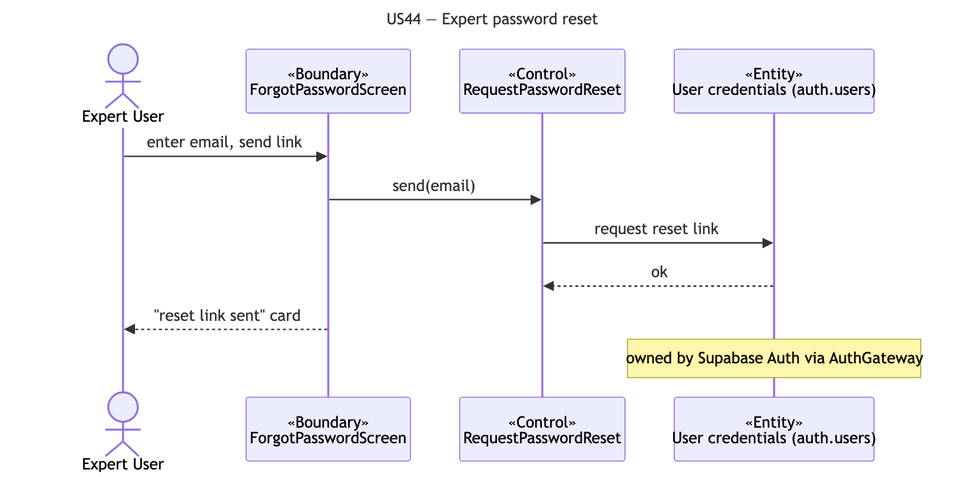
cyuanjun/FYP-26-S2-37-app keeps this Mermaid diagram as docs/deliverables/sequence-diagrams/US44-expert-reset.png. Above is the earlier version. Its source is kept beside it as docs/deliverables/sequence-diagrams/src/US44-expert-reset.mmd.
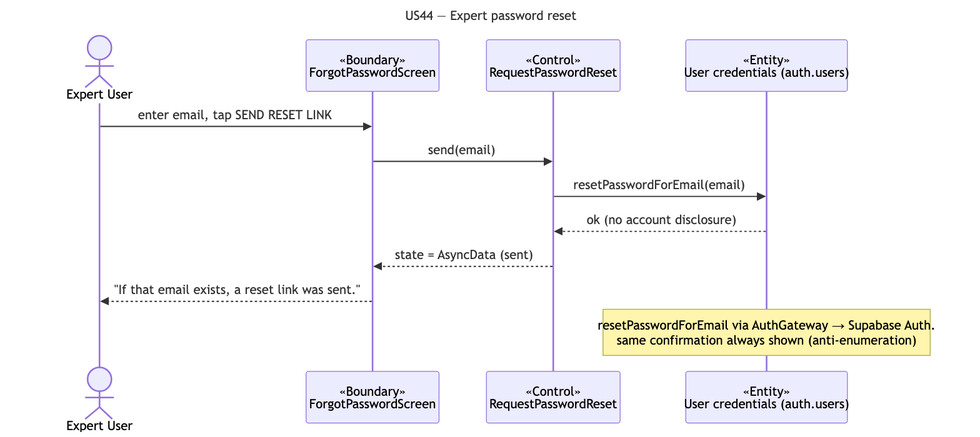
After the commit.

What changed in the source:
```diff
@@ -6,9 +6,10 @@
   participant B as «Boundary»<br/>ForgotPasswordScreen
   participant C as «Control»<br/>RequestPasswordReset
   participant E as «Entity»<br/>User credentials (auth.users)
-  A->>B: enter email, send link
+  A->>B: enter email, tap SEND RESET LINK
   B->>C: send(email)
-  C->>E: request reset link
-  E-->>C: ok
-  B-->>A: "reset link sent" card
-  note over E: owned by Supabase Auth via AuthGateway
+  C->>E: resetPasswordForEmail(email)
+  E-->>C: ok (no account disclosure)
+  C-->>B: state = AsyncData (sent)
+  B-->>A: "If that email exists, a reset link was sent."
+  note over E: resetPasswordForEmail via AuthGateway → Supabase Auth.<br/>same confirmation always shown (anti-enumeration)
```
